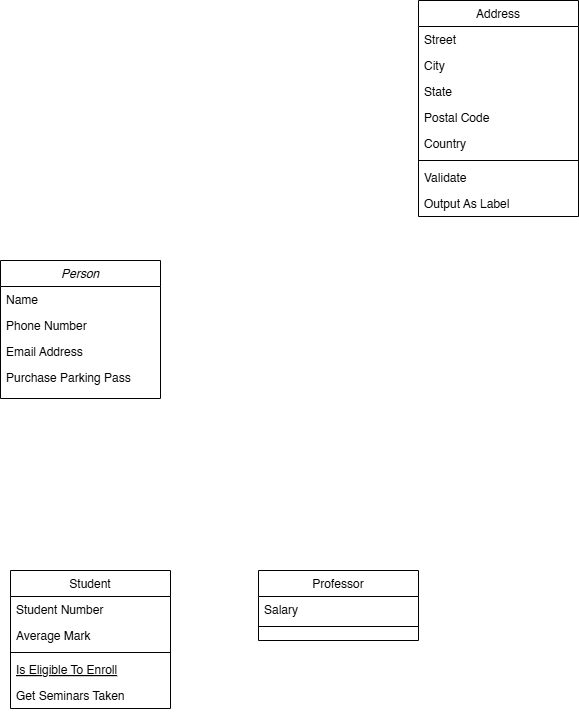
The draw.io diagram 02_activities/assignments/assignment1.drawio.png in markmaramag/sql, before a commit. Source tidied: cells renumbered, new cells last; positions are measured from the earlier drawing's top-left corner, leaving out a move shared by most shapes.
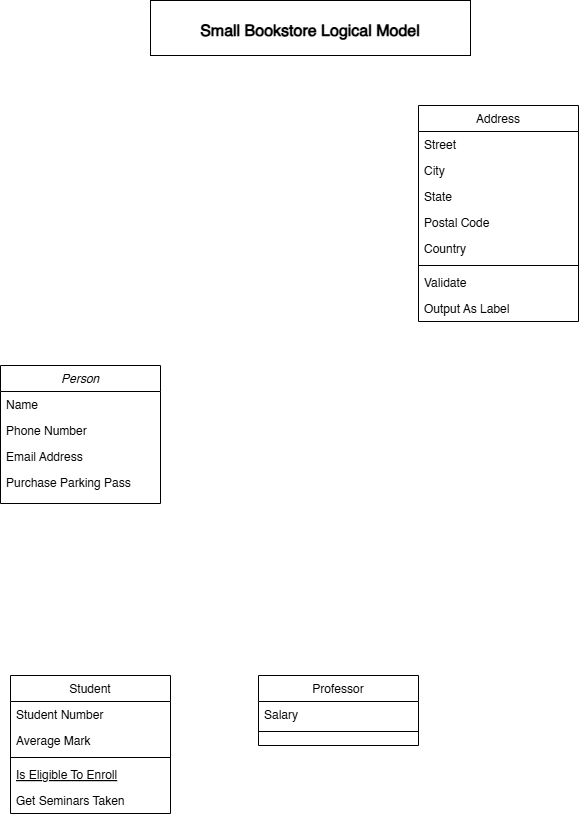
Later version of the same file.

Change to the diagram source:
```diff
@@ -2,6 +2,9 @@
   <root>
     <mxCell id="0" />
     <mxCell id="1" parent="0" />
+    <mxCell id="25" style="rounded=0;whiteSpace=wrap;html=1;" parent="1" vertex="1">
+      <mxGeometry x="150" y="-105" width="320" height="55" as="geometry" />
+    </mxCell>
     <mxCell id="2" value="Person" style="swimlane;fontStyle=2;align=center;verticalAlign=top;horizontal=1;startSize=26;rounded=0;shadow=0;strokeWidth=1;" parent="1" vertex="1">
       <mxGeometry y="260" width="160" height="138" as="geometry" />
     </mxCell>
@@ -71,5 +74,8 @@
     <mxCell id="24" value="Output As Label" style="text;align=left;verticalAlign=top;spacingLeft=4;spacingRight=4;overflow=hidden;" parent="16" vertex="1">
       <mxGeometry y="190" width="160" height="26" as="geometry" />
     </mxCell>
+    <mxCell id="26" value="&lt;font style=&quot;font-size: 16px;&quot;&gt;&lt;b&gt;Small Bookstore Logical Model&lt;/b&gt;&lt;/font&gt;" style="text;html=1;align=center;verticalAlign=middle;whiteSpace=wrap;rounded=0;" parent="1" vertex="1">
+      <mxGeometry x="150" y="-90" width="320" height="30" as="geometry" />
+    </mxCell>
   </root>
 </mxGraphModel>
```
